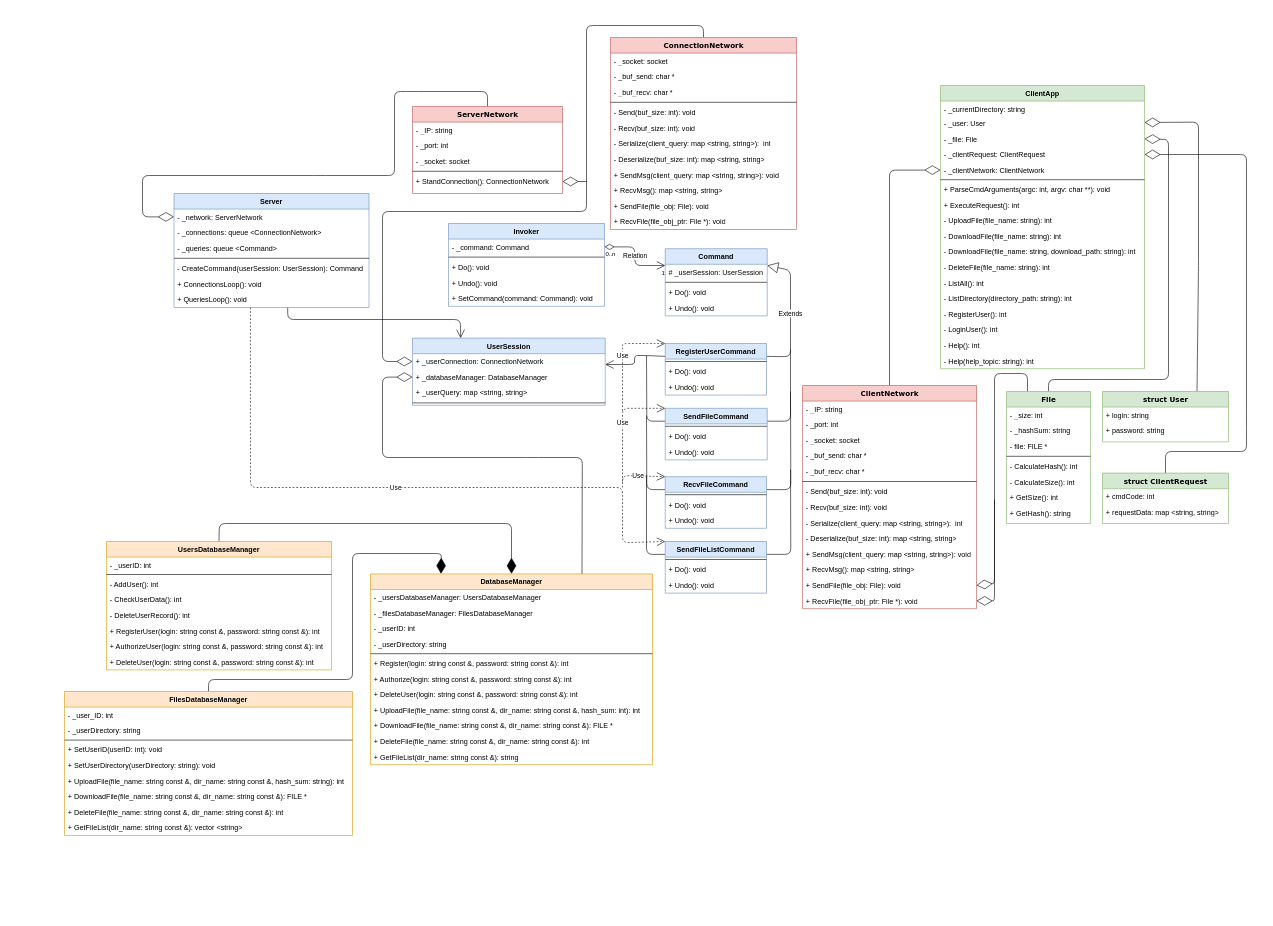
Earlier version of the draw.io diagram uml.drawio (SmailD35/ScreamerCloud). Source tidied: cells renumbered, new cells numbered last; positions are measured from the earlier drawing's top-left corner, leaving out a move shared by most shapes. Both pictures are drawn from the tidied source at 60%, with x=0, y=0 at pixel (64, 25).
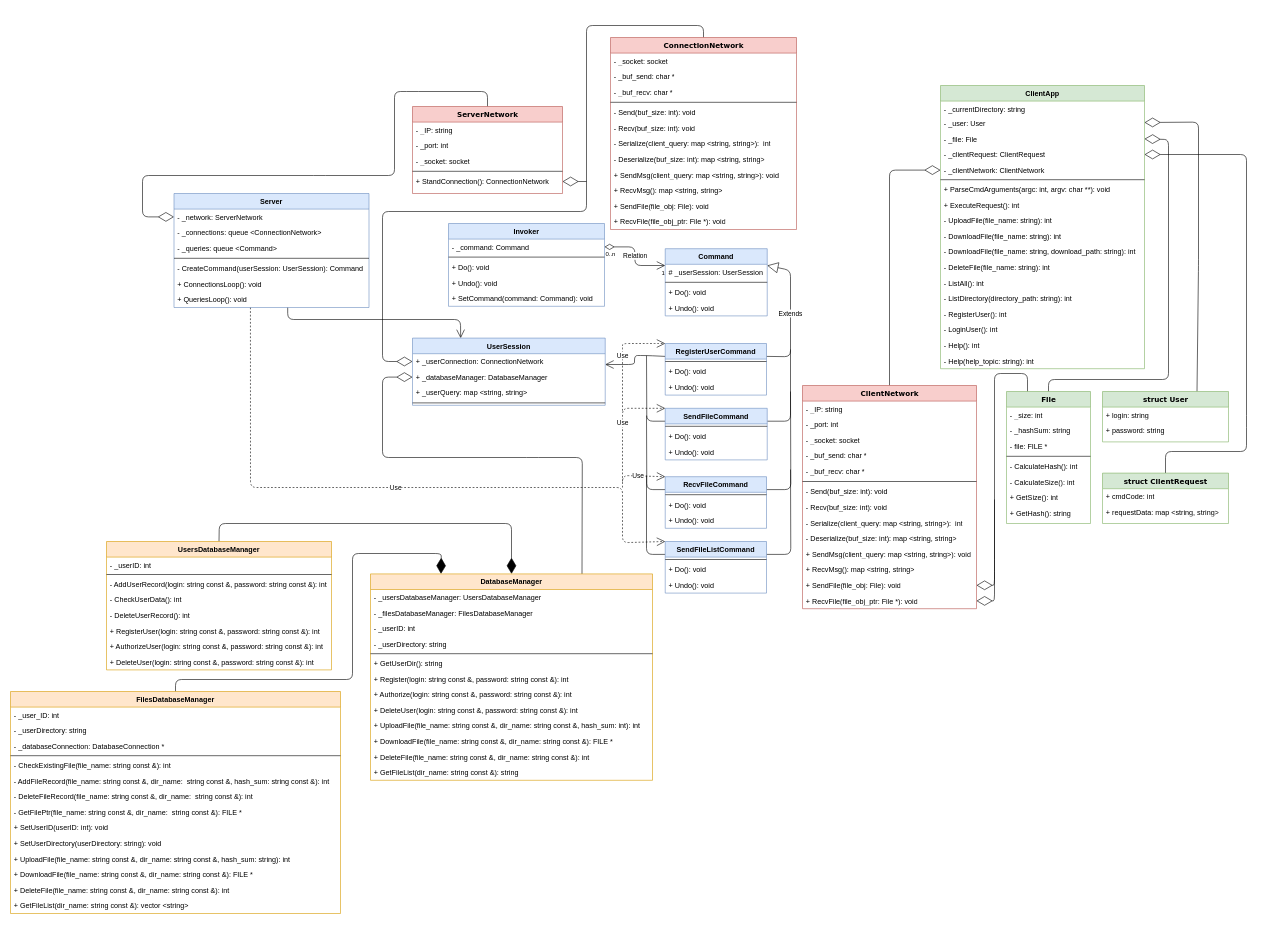
The same diagram, later.

Commit message:
Изменил uml базы данных

The change refers to these unchanged cells:
```xml
<mxCell id="82" value="+ SendFile(file_obj: File): void" style="text;html=1;strokeColor=none;fillColor=none;align=left;verticalAlign=top;spacingLeft=4;spacingRight=4;whiteSpace=wrap;overflow=hidden;points=[[0,0.5],[1,0.5]];portConstraint=eastwest;" parent="69" vertex="1">
  <mxGeometry y="320" width="290" height="26" as="geometry" />
</mxCell>
<mxCell id="84" value="File" style="swimlane;html=1;fontStyle=1;align=center;verticalAlign=top;horizontal=1;startSize=26;swimlaneFillColor=#ffffff;rounded=0;shadow=0;comic=0;labelBackgroundColor=none;strokeWidth=1;fillColor=#d5e8d4;fontFamily=Verdana;fontSize=12;strokeColor=#82b366;" parent="1" vertex="1">
  <mxGeometry x="1570" y="610" width="140" height="220" as="geometry" />
</mxCell>
<mxCell id="143" value="UsersDatabaseManager" style="swimlane;fontStyle=1;align=center;verticalAlign=top;horizontal=1;startSize=26;fillColor=#ffe6cc;strokeColor=#d79b00;" parent="1" vertex="1">
  <mxGeometry x="70" y="860" width="375" height="214" as="geometry" />
</mxCell>
```

The edit, as a diff of the source:
```diff
@@
     <mxCell id="4" style="endArrow=diamondThin;endFill=1;endSize=24;html=1;entryX=0.25;entryY=0;entryDx=0;entryDy=0;exitX=0.5;exitY=0;exitDx=0;exitDy=0;" parent="1" edge="1" source="133" target="120">
       <mxGeometry relative="1" as="geometry">
         <Array as="points">
-          <mxPoint x="240" y="1090" />
+          <mxPoint x="185" y="1090" />
           <mxPoint x="480" y="1090" />
           <mxPoint x="480" y="880" />
           <mxPoint x="628" y="880" />
         </Array>
       </mxGeometry>
     </mxCell>
@@
     <mxCell id="29" style="endArrow=diamondThin;endFill=0;endSize=24;html=1;entryX=1;entryY=0.5;entryDx=0;entryDy=0;exitX=0.25;exitY=0;exitDx=0;exitDy=0;" parent="1" edge="1" source="84" target="82">
       <mxGeometry relative="1" as="geometry">
         <Array as="points">
           <mxPoint x="1605" y="580" />
           <mxPoint x="1550" y="580" />
-          <mxPoint x="1550" y="930" />
+          <mxPoint x="1550" y="933" />
         </Array>
       </mxGeometry>
     </mxCell>
@@
     <mxCell id="120" value="DatabaseManager" style="swimlane;fontStyle=1;align=center;verticalAlign=top;horizontal=1;startSize=26;fillColor=#ffe6cc;strokeColor=#d79b00;" parent="1" vertex="1">
-      <mxGeometry x="510" y="914" width="470" height="318" as="geometry" />
+      <mxGeometry x="510" y="914" width="470" height="344" as="geometry" />
     </mxCell>
@@
+    <mxCell id="171" value="+ GetUserDir(): string" style="text;strokeColor=none;fillColor=none;align=left;verticalAlign=top;spacingLeft=4;spacingRight=4;overflow=hidden;" parent="120" vertex="1">
+      <mxGeometry y="136" width="470" height="26" as="geometry" />
+    </mxCell>
     <mxCell id="126" value="+ Register(login: string const &amp;, password: string const &amp;): int" style="text;strokeColor=none;fillColor=none;align=left;verticalAlign=top;spacingLeft=4;spacingRight=4;overflow=hidden;" parent="120" vertex="1">
-      <mxGeometry y="136" width="470" height="26" as="geometry" />
+      <mxGeometry y="162" width="470" height="26" as="geometry" />
     </mxCell>
     <mxCell id="127" value="+ Authorize(login: string const &amp;, password: string const &amp;): int" style="text;strokeColor=none;fillColor=none;align=left;verticalAlign=top;spacingLeft=4;spacingRight=4;overflow=hidden;" parent="120" vertex="1">
-      <mxGeometry y="162" width="470" height="26" as="geometry" />
+      <mxGeometry y="188" width="470" height="26" as="geometry" />
     </mxCell>
     <mxCell id="128" value="+ DeleteUser(login: string const &amp;, password: string const &amp;): int" style="text;strokeColor=none;fillColor=none;align=left;verticalAlign=top;spacingLeft=4;spacingRight=4;overflow=hidden;" parent="120" vertex="1">
-      <mxGeometry y="188" width="470" height="26" as="geometry" />
+      <mxGeometry y="214" width="470" height="26" as="geometry" />
     </mxCell>
     <mxCell id="129" value="+ UploadFile(file_name: string const &amp;, dir_name: string const &amp;, hash_sum: int): int" style="text;strokeColor=none;fillColor=none;align=left;verticalAlign=top;spacingLeft=4;spacingRight=4;overflow=hidden;" parent="120" vertex="1">
-      <mxGeometry y="214" width="470" height="26" as="geometry" />
+      <mxGeometry y="240" width="470" height="26" as="geometry" />
     </mxCell>
     <mxCell id="130" value="+ DownloadFile(file_name: string const &amp;, dir_name: string const &amp;): FILE *" style="text;strokeColor=none;fillColor=none;align=left;verticalAlign=top;spacingLeft=4;spacingRight=4;overflow=hidden;" parent="120" vertex="1">
-      <mxGeometry y="240" width="470" height="26" as="geometry" />
+      <mxGeometry y="266" width="470" height="26" as="geometry" />
     </mxCell>
     <mxCell id="131" value="+ DeleteFile(file_name: string const &amp;, dir_name: string const &amp;): int" style="text;strokeColor=none;fillColor=none;align=left;verticalAlign=top;spacingLeft=4;spacingRight=4;overflow=hidden;" parent="120" vertex="1">
-      <mxGeometry y="266" width="470" height="26" as="geometry" />
+      <mxGeometry y="292" width="470" height="26" as="geometry" />
     </mxCell>
     <mxCell id="132" value="+ GetFileList(dir_name: string const &amp;): string" style="text;strokeColor=none;fillColor=none;align=left;verticalAlign=top;spacingLeft=4;spacingRight=4;overflow=hidden;" parent="120" vertex="1">
-      <mxGeometry y="292" width="470" height="26" as="geometry" />
+      <mxGeometry y="318" width="470" height="26" as="geometry" />
     </mxCell>
-    <mxCell id="133" value="FilesDatabaseManager" style="swimlane;fontStyle=1;align=center;verticalAlign=top;horizontal=1;startSize=26;fillColor=#ffe6cc;strokeColor=#d79b00;" parent="1" vertex="1">
-      <mxGeometry y="1110" width="480" height="240" as="geometry" />
-    </mxCell>
-    <mxCell id="134" value="- _user_ID: int" style="text;strokeColor=none;fillColor=none;align=left;verticalAlign=top;spacingLeft=4;spacingRight=4;overflow=hidden;" parent="133" vertex="1">
-      <mxGeometry y="26" width="480" height="26" as="geometry" />
-    </mxCell>
-    <mxCell id="135" value="- _userDirectory: string" style="text;strokeColor=none;fillColor=none;align=left;verticalAlign=top;spacingLeft=4;spacingRight=4;overflow=hidden;" parent="133" vertex="1">
-      <mxGeometry y="52" width="480" height="26" as="geometry" />
-    </mxCell>
-    <mxCell id="136" style="line;strokeWidth=1;fillColor=none;align=left;verticalAlign=middle;spacingTop=-1;spacingLeft=3;spacingRight=3;labelPosition=right;" parent="133" vertex="1">
-      <mxGeometry y="78" width="480" height="6" as="geometry" />
-    </mxCell>
-    <mxCell id="137" value="+ SetUserID(userID: int): void" style="text;strokeColor=none;fillColor=none;align=left;verticalAlign=top;spacingLeft=4;spacingRight=4;overflow=hidden;" parent="133" vertex="1">
-      <mxGeometry y="84" width="480" height="26" as="geometry" />
-    </mxCell>
-    <mxCell id="138" value="+ SetUserDirectory(userDirectory: string): void" style="text;strokeColor=none;fillColor=none;align=left;verticalAlign=top;spacingLeft=4;spacingRight=4;overflow=hidden;" parent="133" vertex="1">
-      <mxGeometry y="110" width="480" height="26" as="geometry" />
-    </mxCell>
-    <mxCell id="139" value="+ UploadFile(file_name: string const &amp;, dir_name: string const &amp;, hash_sum: string): int" style="text;strokeColor=none;fillColor=none;align=left;verticalAlign=top;spacingLeft=4;spacingRight=4;overflow=hidden;" parent="133" vertex="1">
-      <mxGeometry y="136" width="480" height="26" as="geometry" />
-    </mxCell>
-    <mxCell id="140" value="+ DownloadFile(file_name: string const &amp;, dir_name: string const &amp;): FILE *" style="text;strokeColor=none;fillColor=none;align=left;verticalAlign=top;spacingLeft=4;spacingRight=4;overflow=hidden;" parent="133" vertex="1">
-      <mxGeometry y="162" width="480" height="26" as="geometry" />
-    </mxCell>
-    <mxCell id="141" value="+ DeleteFile(file_name: string const &amp;, dir_name: string const &amp;): int" style="text;strokeColor=none;fillColor=none;align=left;verticalAlign=top;spacingLeft=4;spacingRight=4;overflow=hidden;" parent="133" vertex="1">
-      <mxGeometry y="188" width="480" height="26" as="geometry" />
-    </mxCell>
-    <mxCell id="142" value="+ GetFileList(dir_name: string const &amp;): vector &lt;string&gt;" style="text;strokeColor=none;fillColor=none;align=left;verticalAlign=top;spacingLeft=4;spacingRight=4;overflow=hidden;" parent="133" vertex="1">
-      <mxGeometry y="214" width="480" height="26" as="geometry" />
-    </mxCell>
@@
-    <mxCell id="146" value="- AddUser(): int" style="text;strokeColor=none;fillColor=none;align=left;verticalAlign=top;spacingLeft=4;spacingRight=4;overflow=hidden;" parent="143" vertex="1">
+    <mxCell id="146" value="- AddUserRecord(login: string const &amp;, password: string const &amp;): int" style="text;strokeColor=none;fillColor=none;align=left;verticalAlign=top;spacingLeft=4;spacingRight=4;overflow=hidden;" parent="143" vertex="1">
       <mxGeometry y="58" width="375" height="26" as="geometry" />
     </mxCell>
@@
+    <mxCell id="133" value="FilesDatabaseManager" style="swimlane;fontStyle=1;align=center;verticalAlign=top;horizontal=1;startSize=26;fillColor=#ffe6cc;strokeColor=#d79b00;" parent="1" vertex="1">
+      <mxGeometry x="-90" y="1110" width="550" height="370" as="geometry" />
+    </mxCell>
+    <mxCell id="134" value="- _user_ID: int" style="text;strokeColor=none;fillColor=none;align=left;verticalAlign=top;spacingLeft=4;spacingRight=4;overflow=hidden;" parent="133" vertex="1">
+      <mxGeometry y="26" width="550" height="26" as="geometry" />
+    </mxCell>
+    <mxCell id="135" value="- _userDirectory: string" style="text;strokeColor=none;fillColor=none;align=left;verticalAlign=top;spacingLeft=4;spacingRight=4;overflow=hidden;" parent="133" vertex="1">
+      <mxGeometry y="52" width="550" height="26" as="geometry" />
+    </mxCell>
+    <mxCell id="172" value="- _databaseConnection: DatabaseConnection *" style="text;strokeColor=none;fillColor=none;align=left;verticalAlign=top;spacingLeft=4;spacingRight=4;overflow=hidden;" parent="133" vertex="1">
+      <mxGeometry y="78" width="550" height="26" as="geometry" />
+    </mxCell>
+    <mxCell id="136" style="line;strokeWidth=1;fillColor=none;align=left;verticalAlign=middle;spacingTop=-1;spacingLeft=3;spacingRight=3;labelPosition=right;" parent="133" vertex="1">
+      <mxGeometry y="104" width="550" height="6" as="geometry" />
+    </mxCell>
+    <mxCell id="173" value="- CheckExistingFile(file_name: string const &amp;): int" style="text;strokeColor=none;fillColor=none;align=left;verticalAlign=top;spacingLeft=4;spacingRight=4;overflow=hidden;" parent="133" vertex="1">
+      <mxGeometry y="110" width="550" height="26" as="geometry" />
+    </mxCell>
+    <mxCell id="174" value="- AddFileRecord(file_name: string const &amp;, dir_name:  string const &amp;, hash_sum: string const &amp;): int" style="text;strokeColor=none;fillColor=none;align=left;verticalAlign=top;spacingLeft=4;spacingRight=4;overflow=hidden;" parent="133" vertex="1">
+      <mxGeometry y="136" width="550" height="26" as="geometry" />
+    </mxCell>
+    <mxCell id="175" value="- DeleteFileRecord(file_name: string const &amp;, dir_name:  string const &amp;): int" style="text;strokeColor=none;fillColor=none;align=left;verticalAlign=top;spacingLeft=4;spacingRight=4;overflow=hidden;" parent="133" vertex="1">
+      <mxGeometry y="162" width="550" height="26" as="geometry" />
+    </mxCell>
+    <mxCell id="176" value="- GetFilePtr(file_name: string const &amp;, dir_name:  string const &amp;): FILE *" style="text;strokeColor=none;fillColor=none;align=left;verticalAlign=top;spacingLeft=4;spacingRight=4;overflow=hidden;" parent="133" vertex="1">
+      <mxGeometry y="188" width="550" height="26" as="geometry" />
+    </mxCell>
+    <mxCell id="137" value="+ SetUserID(userID: int): void" style="text;strokeColor=none;fillColor=none;align=left;verticalAlign=top;spacingLeft=4;spacingRight=4;overflow=hidden;" parent="133" vertex="1">
+      <mxGeometry y="214" width="550" height="26" as="geometry" />
+    </mxCell>
+    <mxCell id="138" value="+ SetUserDirectory(userDirectory: string): void" style="text;strokeColor=none;fillColor=none;align=left;verticalAlign=top;spacingLeft=4;spacingRight=4;overflow=hidden;" parent="133" vertex="1">
+      <mxGeometry y="240" width="550" height="26" as="geometry" />
+    </mxCell>
+    <mxCell id="139" value="+ UploadFile(file_name: string const &amp;, dir_name: string const &amp;, hash_sum: string): int" style="text;strokeColor=none;fillColor=none;align=left;verticalAlign=top;spacingLeft=4;spacingRight=4;overflow=hidden;" parent="133" vertex="1">
+      <mxGeometry y="266" width="550" height="26" as="geometry" />
+    </mxCell>
+    <mxCell id="140" value="+ DownloadFile(file_name: string const &amp;, dir_name: string const &amp;): FILE *" style="text;strokeColor=none;fillColor=none;align=left;verticalAlign=top;spacingLeft=4;spacingRight=4;overflow=hidden;" parent="133" vertex="1">
+      <mxGeometry y="292" width="550" height="26" as="geometry" />
+    </mxCell>
+    <mxCell id="141" value="+ DeleteFile(file_name: string const &amp;, dir_name: string const &amp;): int" style="text;strokeColor=none;fillColor=none;align=left;verticalAlign=top;spacingLeft=4;spacingRight=4;overflow=hidden;" parent="133" vertex="1">
+      <mxGeometry y="318" width="550" height="26" as="geometry" />
+    </mxCell>
+    <mxCell id="142" value="+ GetFileList(dir_name: string const &amp;): vector &lt;string&gt;" style="text;strokeColor=none;fillColor=none;align=left;verticalAlign=top;spacingLeft=4;spacingRight=4;overflow=hidden;" parent="133" vertex="1">
+      <mxGeometry y="344" width="550" height="26" as="geometry" />
+    </mxCell>
```
